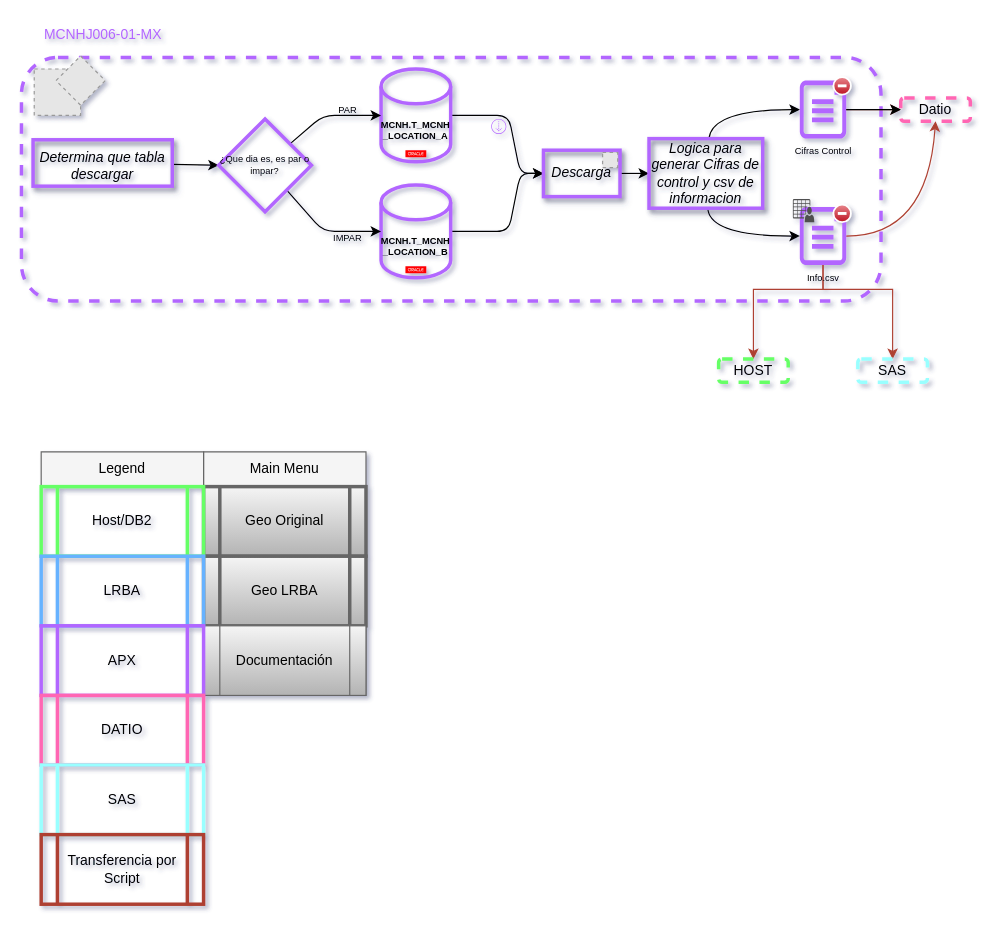
Before: page "Original" (2 of 3) of Geolocalizacion.drawio in AngelUndeveloped/Geolocalizacion_LRBA, a draw.io diagram. Source tidied: cells renumbered, new cells numbered last; positions are measured from the earlier drawing's top-left corner, leaving out a move shared by most shapes. Both pictures are drawn from the tidied source at 116%, with x=0, y=0 at pixel (21, 20). Pictures stored in the file or linked from it are replaced by grey dashed boxes.
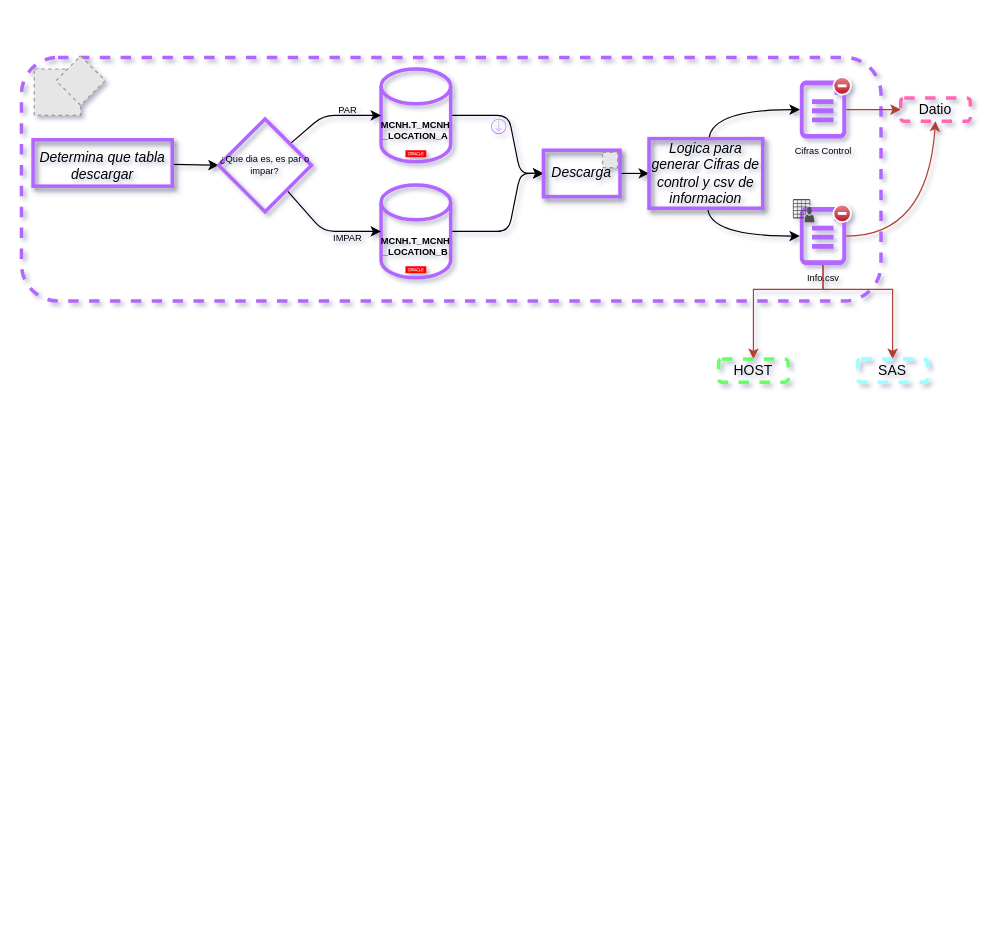
Above is the later version.

Unchanged cells that the change refers to:
```xml
<mxCell id="19" value="Cifras Control" style="verticalLabelPosition=bottom;html=1;verticalAlign=top;align=center;strokeColor=none;fillColor=#B266FF;shape=mxgraph.azure.cloud_services_configuration_file;labelBackgroundColor=none;labelBorderColor=none;strokeWidth=3;fontSize=8;fontColor=default;" parent="1" vertex="1">
  <mxGeometry x="671" y="52" width="40" height="50" as="geometry" />
</mxCell>
<mxCell id="26" value="Datio" style="rounded=1;whiteSpace=wrap;html=1;sketch=0;strokeWidth=3;fillColor=none;strokeColor=#FF66B3;dashed=1;snapToPoint=0;" parent="1" vertex="1">
  <mxGeometry x="758" y="67" width="60" height="20" as="geometry" />
</mxCell>
```

Change to the diagram source:
```diff
@@
-    <mxCell id="35" parent="0" />
-    <mxCell id="36" value="Main Menu" style="swimlane;fontStyle=0;horizontal=1;startSize=30;whiteSpace=wrap;html=1;fillColor=#f5f5f5;strokeColor=#666666;fontColor=#000000;" parent="35" vertex="1">
-      <mxGeometry x="157" y="372" width="140" height="210" as="geometry" />
-    </mxCell>
-    <mxCell id="37" value="Geo Original" style="shape=process;whiteSpace=wrap;html=1;backgroundOutline=1;rounded=0;glass=0;shadow=0;fixDash=0;fillColor=#f5f5f5;strokeColor=#666666;strokeWidth=3;gradientColor=#b3b3b3;" parent="36" vertex="1">
-      <mxGeometry y="30" width="140" height="60" as="geometry" />
-    </mxCell>
-    <mxCell id="38" value="Geo LRBA" style="shape=process;whiteSpace=wrap;html=1;backgroundOutline=1;fillColor=#f5f5f5;strokeColor=#666666;strokeWidth=3;gradientColor=#b3b3b3;" parent="36" vertex="1">
-      <mxGeometry y="90" width="140" height="60" as="geometry" />
-    </mxCell>
-    <mxCell id="39" value="Documentación" style="shape=process;whiteSpace=wrap;html=1;backgroundOutline=1;comic=0;enumerate=0;fillColor=#f5f5f5;gradientColor=#b3b3b3;strokeColor=#666666;" parent="36" vertex="1">
-      <mxGeometry y="150" width="140" height="60" as="geometry" />
-    </mxCell>
-    <mxCell id="40" value="Legend" style="swimlane;fontStyle=0;horizontal=1;startSize=30;whiteSpace=wrap;html=1;fillColor=#f5f5f5;strokeColor=#666666;fontColor=#000000;" parent="35" vertex="1">
-      <mxGeometry x="17" y="372" width="140" height="390" as="geometry" />
-    </mxCell>
-    <mxCell id="41" value="Host/DB2" style="shape=process;whiteSpace=wrap;html=1;backgroundOutline=1;rounded=0;glass=0;shadow=0;fixDash=0;fillColor=none;strokeColor=#66FF66;strokeWidth=3;" parent="40" vertex="1">
-      <mxGeometry y="30" width="140" height="60" as="geometry" />
-    </mxCell>
-    <mxCell id="42" value="LRBA" style="shape=process;whiteSpace=wrap;html=1;backgroundOutline=1;fillColor=none;strokeColor=#66B2FF;strokeWidth=3;" parent="40" vertex="1">
-      <mxGeometry y="90" width="140" height="60" as="geometry" />
-    </mxCell>
-    <mxCell id="43" value="APX" style="shape=process;whiteSpace=wrap;html=1;backgroundOutline=1;comic=0;enumerate=0;fillColor=none;strokeColor=#B266FF;strokeWidth=3;" parent="40" vertex="1">
-      <mxGeometry y="150" width="140" height="60" as="geometry" />
-    </mxCell>
-    <mxCell id="44" value="DATIO" style="shape=process;whiteSpace=wrap;html=1;backgroundOutline=1;comic=0;enumerate=0;fillColor=none;strokeColor=#FF66B3;strokeWidth=3;" parent="40" vertex="1">
-      <mxGeometry y="210" width="140" height="60" as="geometry" />
-    </mxCell>
-    <mxCell id="45" value="SAS" style="shape=process;whiteSpace=wrap;html=1;backgroundOutline=1;comic=0;enumerate=0;fillColor=none;strokeColor=#99FFFF;strokeWidth=3;" parent="40" vertex="1">
-      <mxGeometry y="270" width="140" height="60" as="geometry" />
-    </mxCell>
-    <mxCell id="46" value="Transferencia por Script" style="shape=process;whiteSpace=wrap;html=1;backgroundOutline=1;comic=0;enumerate=0;fillColor=none;strokeColor=#AE4132;strokeWidth=3;" parent="40" vertex="1">
-      <mxGeometry y="330" width="140" height="60" as="geometry" />
-    </mxCell>
-    <mxCell id="47" parent="0" />
-    <mxCell id="48" style="edgeStyle=none;html=1;entryX=0;entryY=0.5;entryDx=0;entryDy=0;fontSize=8;fontColor=#000000;flowAnimation=1;" parent="47" edge="1" source="19" target="26">
-      <mxGeometry relative="1" as="geometry" />
-    </mxCell>
-    <mxCell id="49" value="&lt;font color=&quot;#b266ff&quot;&gt;MCNHJ006-01-MX&lt;/font&gt;" style="text;html=1;align=center;verticalAlign=middle;strokeColor=none;fillColor=none;" parent="47" vertex="1">
-      <mxGeometry x="10" width="119" height="26" as="geometry" />
-    </mxCell>
@@
+    <mxCell id="54" parent="0" />
```
